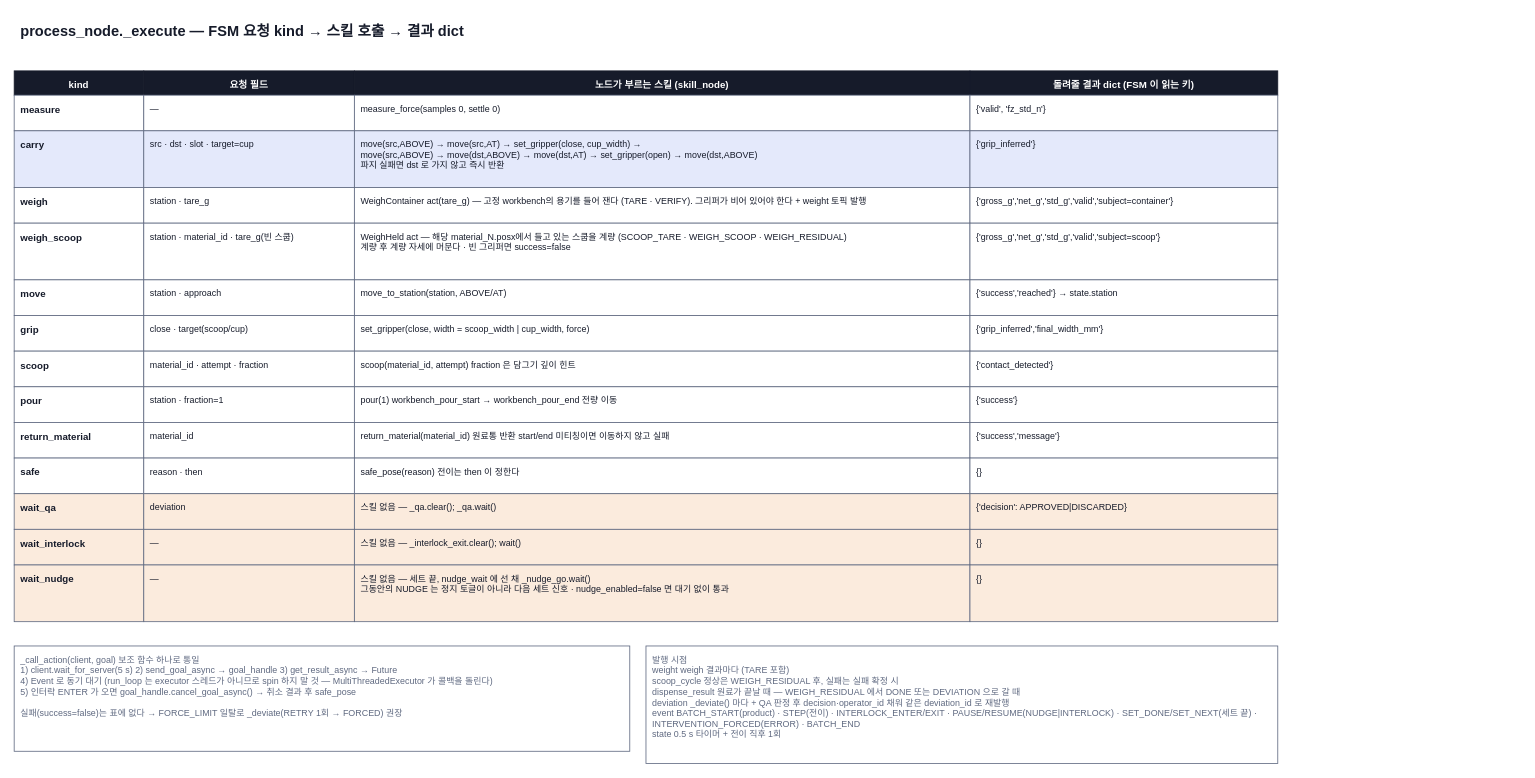
Jik-Kim/auto-pharmacist keeps this draw.io diagram as page "3 요청↔스킬 번역 (_execute)" (3 of 4) of docs/diagrams/process_flow.drawio. Above is the earlier version. Source tidied: cells renumbered, new cells numbered last; positions are measured from the earlier drawing's top-left corner, leaving out a move shared by most shapes. Both pictures are drawn from the tidied source at 81%, with x=0, y=0 at pixel (14, 14).
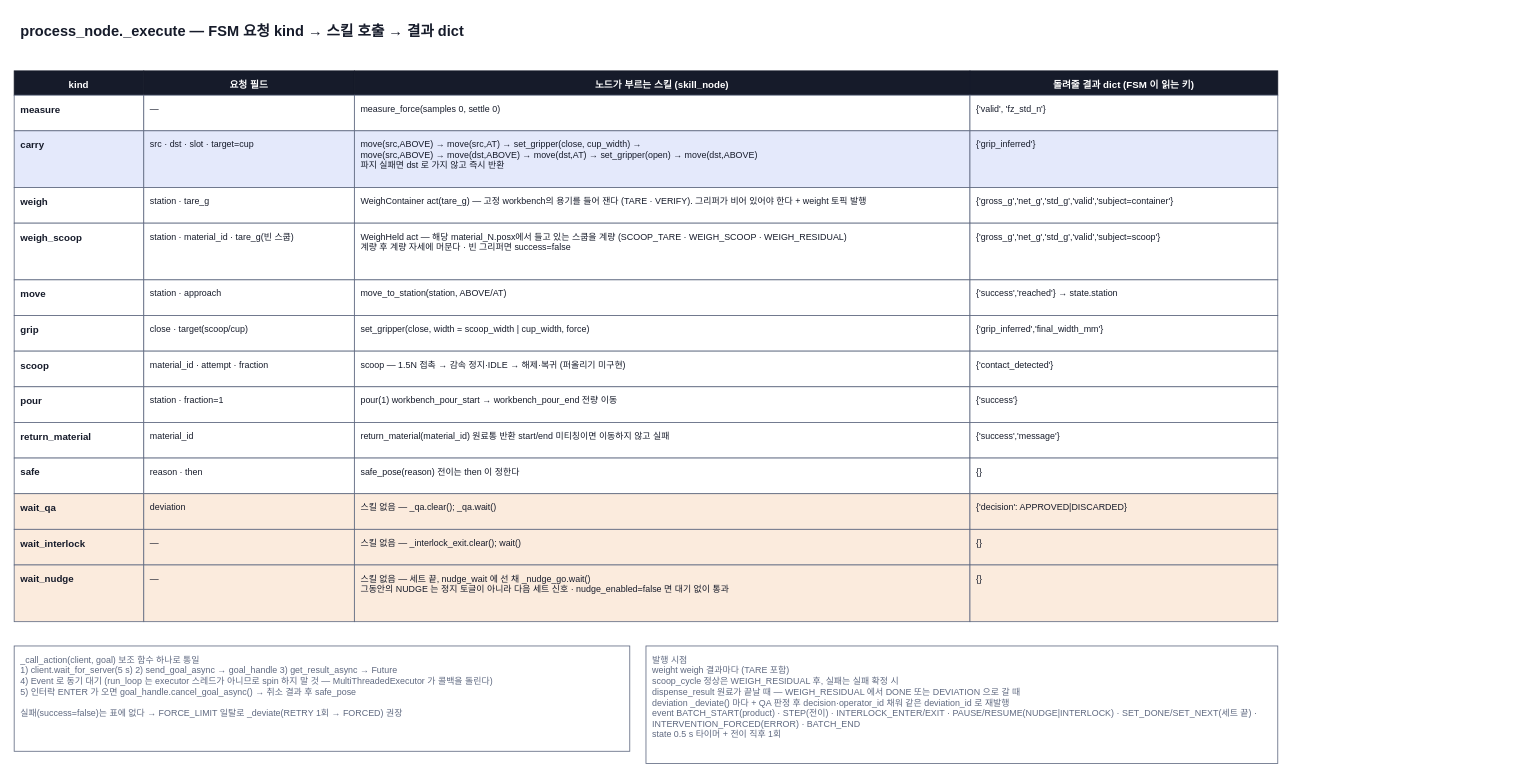
After the change.

The edit, as a diff of the source:
```diff
@@
-    <mxCell id="33" value="scoop(material_id, attempt)   fraction 은 담그기 깊이 힌트" style="rounded=0;whiteSpace=wrap;html=1;fillColor=#FFFFFF;strokeColor=#5F6980;fontColor=#161B2A;fontSize=11;align=left;verticalAlign=top;spacingTop=4;spacingLeft=6;spacingRight=6;" parent="1" vertex="1">
+    <mxCell id="33" value="scoop — 1.5N 접촉 → 감속 정지·IDLE → 해제·복귀 (퍼올리기 미구현)" style="rounded=0;whiteSpace=wrap;html=1;fillColor=#FFFFFF;strokeColor=#5F6980;fontColor=#161B2A;fontSize=11;align=left;verticalAlign=top;spacingTop=4;spacingLeft=6;spacingRight=6;" parent="1" vertex="1">
       <mxGeometry x="420" y="416" width="760" height="44" as="geometry" />
     </mxCell>
```
